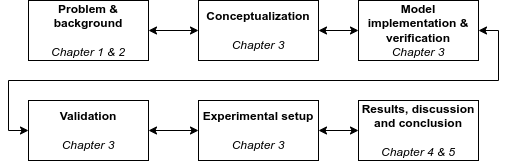
The draw.io diagram figures/model_cycle.png in floristevito/CrowdSim, before a commit. Source tidied: cells renumbered, new cells last; positions are measured from the earlier drawing's top-left corner, leaving out a move shared by most shapes. The source it was exported from:
```xml
<mxGraphModel>
  <root>
    <mxCell id="0" />
    <mxCell id="1" parent="0" />
    <mxCell id="2" value="&lt;b&gt;Problem &amp;amp; background&lt;/b&gt;&lt;br&gt;&lt;br&gt;&lt;i&gt;Chapter 1 &amp;amp; 2&lt;/i&gt;" style="rounded=0;whiteSpace=wrap;html=1;" parent="1" vertex="1">
      <mxGeometry width="120" height="60" as="geometry" />
    </mxCell>
    <mxCell id="3" style="edgeStyle=orthogonalEdgeStyle;rounded=0;jettySize=auto;html=1;exitX=1;exitY=0.5;exitDx=0;exitDy=0;entryX=0;entryY=0.5;entryDx=0;entryDy=0;startArrow=classic;startFill=1;" parent="1" edge="1" source="4" target="5">
      <mxGeometry relative="1" as="geometry" />
    </mxCell>
    <mxCell id="4" value="&lt;b&gt;Conceptualization&lt;/b&gt;&lt;br&gt;&lt;br&gt;&lt;i&gt;Chapter 3&lt;/i&gt;" style="rounded=0;whiteSpace=wrap;html=1;" parent="1" vertex="1">
      <mxGeometry x="170" width="120" height="60" as="geometry" />
    </mxCell>
    <mxCell id="5" value="&lt;b&gt;Model implementation &amp;amp; verification&lt;/b&gt;&lt;br&gt;&lt;i&gt;Chapter 3&lt;/i&gt;" style="rounded=0;whiteSpace=wrap;html=1;" parent="1" vertex="1">
      <mxGeometry x="330" width="120" height="60" as="geometry" />
    </mxCell>
    <mxCell id="6" style="edgeStyle=orthogonalEdgeStyle;rounded=0;jettySize=auto;html=1;exitX=1;exitY=0.5;exitDx=0;exitDy=0;entryX=0;entryY=0.5;entryDx=0;entryDy=0;startArrow=classic;startFill=1;" parent="1" edge="1" source="7" target="9">
      <mxGeometry relative="1" as="geometry" />
    </mxCell>
    <mxCell id="7" value="&lt;b&gt;Validation&lt;/b&gt;&lt;br&gt;&lt;br&gt;&lt;i&gt;Chapter 3&lt;/i&gt;" style="rounded=0;whiteSpace=wrap;html=1;" parent="1" vertex="1">
      <mxGeometry y="100" width="120" height="60" as="geometry" />
    </mxCell>
    <mxCell id="8" style="edgeStyle=orthogonalEdgeStyle;rounded=0;jettySize=auto;html=1;exitX=1;exitY=0.5;exitDx=0;exitDy=0;entryX=0;entryY=0.5;entryDx=0;entryDy=0;startArrow=classic;startFill=1;" parent="1" edge="1" source="9" target="10">
      <mxGeometry relative="1" as="geometry" />
    </mxCell>
    <mxCell id="9" value="&lt;b&gt;Experimental setup&lt;/b&gt;&lt;br&gt;&lt;br&gt;&lt;i&gt;Chapter 3&lt;/i&gt;" style="rounded=0;whiteSpace=wrap;html=1;" parent="1" vertex="1">
      <mxGeometry x="170" y="100" width="120" height="60" as="geometry" />
    </mxCell>
    <mxCell id="10" value="&lt;b&gt;Results, discussion and conclusion&lt;/b&gt;&lt;br&gt;&lt;br&gt;&lt;i&gt;Chapter 4 &amp;amp; 5&lt;/i&gt;" style="rounded=0;whiteSpace=wrap;html=1;" parent="1" vertex="1">
      <mxGeometry x="330" y="100" width="120" height="60" as="geometry" />
    </mxCell>
    <mxCell id="11" style="endArrow=classic;startArrow=classic;html=1;rounded=0;exitX=0;exitY=0.5;exitDx=0;exitDy=0;entryX=1;entryY=0.5;entryDx=0;entryDy=0;" parent="1" edge="1" source="4" target="2">
      <mxGeometry relative="1" as="geometry" />
    </mxCell>
    <mxCell id="12" style="edgeStyle=orthogonalEdgeStyle;rounded=0;jettySize=auto;html=1;exitX=0;exitY=0.5;exitDx=0;exitDy=0;entryX=1;entryY=0.5;entryDx=0;entryDy=0;startArrow=classic;startFill=1;" parent="1" edge="1" source="7" target="5">
      <mxGeometry relative="1" as="geometry" />
    </mxCell>
  </root>
</mxGraphModel>
```
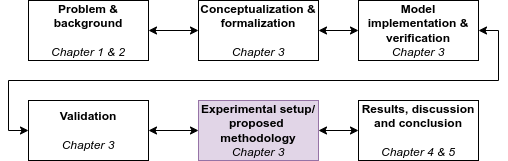
Above is the later version.

Change to the diagram source:
```diff
@@ -8,7 +8,7 @@
     <mxCell id="3" style="edgeStyle=orthogonalEdgeStyle;rounded=0;jettySize=auto;html=1;exitX=1;exitY=0.5;exitDx=0;exitDy=0;entryX=0;entryY=0.5;entryDx=0;entryDy=0;startArrow=classic;startFill=1;" parent="1" edge="1" source="4" target="5">
       <mxGeometry relative="1" as="geometry" />
     </mxCell>
-    <mxCell id="4" value="&lt;b&gt;Conceptualization&lt;/b&gt;&lt;br&gt;&lt;br&gt;&lt;i&gt;Chapter 3&lt;/i&gt;" style="rounded=0;whiteSpace=wrap;html=1;" parent="1" vertex="1">
+    <mxCell id="4" value="&lt;b&gt;Conceptualization &amp;amp; formalization&lt;/b&gt;&lt;br&gt;&lt;br&gt;&lt;i&gt;Chapter 3&lt;/i&gt;" style="rounded=0;whiteSpace=wrap;html=1;" parent="1" vertex="1">
       <mxGeometry x="170" width="120" height="60" as="geometry" />
     </mxCell>
     <mxCell id="5" value="&lt;b&gt;Model implementation &amp;amp; verification&lt;/b&gt;&lt;br&gt;&lt;i&gt;Chapter 3&lt;/i&gt;" style="rounded=0;whiteSpace=wrap;html=1;" parent="1" vertex="1">
@@ -23,7 +23,7 @@
     <mxCell id="8" style="edgeStyle=orthogonalEdgeStyle;rounded=0;jettySize=auto;html=1;exitX=1;exitY=0.5;exitDx=0;exitDy=0;entryX=0;entryY=0.5;entryDx=0;entryDy=0;startArrow=classic;startFill=1;" parent="1" edge="1" source="9" target="10">
       <mxGeometry relative="1" as="geometry" />
     </mxCell>
-    <mxCell id="9" value="&lt;b&gt;Experimental setup&lt;/b&gt;&lt;br&gt;&lt;br&gt;&lt;i&gt;Chapter 3&lt;/i&gt;" style="rounded=0;whiteSpace=wrap;html=1;" parent="1" vertex="1">
+    <mxCell id="9" value="&lt;b&gt;Experimental setup/&lt;br&gt;proposed&amp;nbsp;&lt;br&gt;methodology&lt;/b&gt;&lt;br&gt;&lt;i&gt;Chapter 3&lt;/i&gt;" style="rounded=0;whiteSpace=wrap;html=1;fillColor=#e1d5e7;strokeColor=#9673a6;" parent="1" vertex="1">
       <mxGeometry x="170" y="100" width="120" height="60" as="geometry" />
     </mxCell>
     <mxCell id="10" value="&lt;b&gt;Results, discussion and conclusion&lt;/b&gt;&lt;br&gt;&lt;br&gt;&lt;i&gt;Chapter 4 &amp;amp; 5&lt;/i&gt;" style="rounded=0;whiteSpace=wrap;html=1;" parent="1" vertex="1">
```
